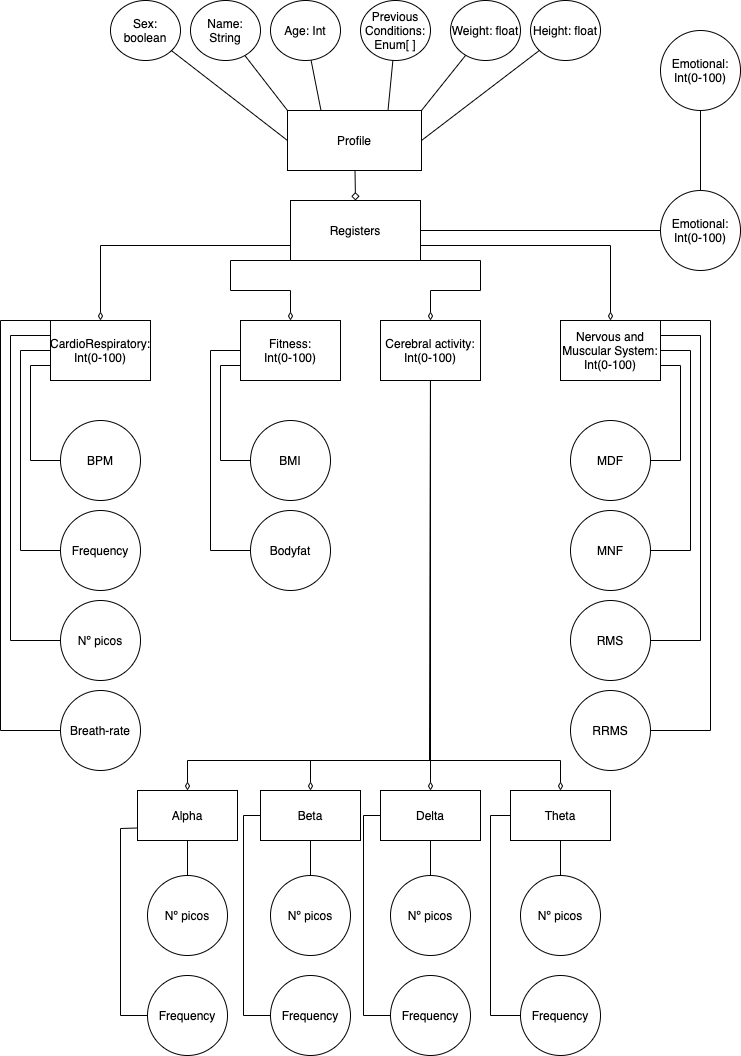
The draw.io diagram MOCS_and_more/domain.png in miquelroq/CHECKapp, before a commit. Source tidied: cells renumbered, new cells last; positions are measured from the earlier drawing's top-left corner, leaving out a move shared by most shapes. Its diagram source:
```xml
<mxGraphModel>
  <root>
    <mxCell id="0" />
    <mxCell id="1" parent="0" />
    <mxCell id="2" style="edgeStyle=none;rounded=0;jettySize=auto;html=1;entryX=0.5;entryY=0;entryDx=0;entryDy=0;endArrow=diamond;endFill=0;" parent="1" edge="1" source="3" target="21">
      <mxGeometry relative="1" as="geometry" />
    </mxCell>
    <mxCell id="3" value="Profile" style="rounded=0;whiteSpace=wrap;html=1;" parent="1" vertex="1">
      <mxGeometry x="287" y="110" width="134" height="60" as="geometry" />
    </mxCell>
    <mxCell id="4" style="edgeStyle=none;rounded=0;jettySize=auto;html=1;entryX=0;entryY=0;entryDx=0;entryDy=0;endArrow=none;endFill=0;" parent="1" edge="1" source="5" target="3">
      <mxGeometry relative="1" as="geometry" />
    </mxCell>
    <mxCell id="5" value="Name: String" style="ellipse;whiteSpace=wrap;html=1;" parent="1" vertex="1">
      <mxGeometry x="190" width="70" height="60" as="geometry" />
    </mxCell>
    <mxCell id="6" style="edgeStyle=none;rounded=0;jettySize=auto;html=1;entryX=0.25;entryY=0;entryDx=0;entryDy=0;endArrow=none;endFill=0;" parent="1" edge="1" source="7" target="3">
      <mxGeometry relative="1" as="geometry" />
    </mxCell>
    <mxCell id="7" value="Age: Int" style="ellipse;whiteSpace=wrap;html=1;" parent="1" vertex="1">
      <mxGeometry x="270" width="70" height="60" as="geometry" />
    </mxCell>
    <mxCell id="8" style="edgeStyle=none;rounded=0;jettySize=auto;html=1;entryX=1;entryY=0;entryDx=0;entryDy=0;endArrow=none;endFill=0;" parent="1" edge="1" source="9" target="3">
      <mxGeometry relative="1" as="geometry" />
    </mxCell>
    <mxCell id="9" value="Weight: float" style="ellipse;whiteSpace=wrap;html=1;" parent="1" vertex="1">
      <mxGeometry x="450" width="70" height="60" as="geometry" />
    </mxCell>
    <mxCell id="10" style="edgeStyle=none;rounded=0;jettySize=auto;html=1;entryX=1;entryY=0.5;entryDx=0;entryDy=0;endArrow=none;endFill=0;" parent="1" edge="1" source="11" target="3">
      <mxGeometry relative="1" as="geometry" />
    </mxCell>
    <mxCell id="11" value="Height: float" style="ellipse;whiteSpace=wrap;html=1;" parent="1" vertex="1">
      <mxGeometry x="530" width="70" height="60" as="geometry" />
    </mxCell>
    <mxCell id="12" style="edgeStyle=none;rounded=0;jettySize=auto;html=1;entryX=0;entryY=0.5;entryDx=0;entryDy=0;endArrow=none;endFill=0;" parent="1" edge="1" source="13" target="3">
      <mxGeometry relative="1" as="geometry" />
    </mxCell>
    <mxCell id="13" value="Sex: boolean" style="ellipse;whiteSpace=wrap;html=1;" parent="1" vertex="1">
      <mxGeometry x="110" width="70" height="60" as="geometry" />
    </mxCell>
    <mxCell id="14" style="edgeStyle=none;rounded=0;jettySize=auto;html=1;entryX=0.75;entryY=0;entryDx=0;entryDy=0;endArrow=none;endFill=0;" parent="1" edge="1" source="15" target="3">
      <mxGeometry relative="1" as="geometry" />
    </mxCell>
    <mxCell id="15" value="Previous Conditions:&lt;br&gt;Enum[ ]" style="ellipse;whiteSpace=wrap;html=1;" parent="1" vertex="1">
      <mxGeometry x="360" width="70" height="60" as="geometry" />
    </mxCell>
    <mxCell id="16" style="edgeStyle=none;rounded=0;jettySize=auto;html=1;entryX=0.5;entryY=0;entryDx=0;entryDy=0;endArrow=diamondThin;endFill=0;exitX=0;exitY=0.75;exitDx=0;exitDy=0;" parent="1" edge="1" source="21" target="26">
      <mxGeometry relative="1" as="geometry">
        <Array as="points">
          <mxPoint x="100" y="245" />
        </Array>
      </mxGeometry>
    </mxCell>
    <mxCell id="17" style="edgeStyle=none;rounded=0;jettySize=auto;html=1;entryX=0;entryY=0.5;entryDx=0;entryDy=0;endArrow=none;endFill=0;exitX=1;exitY=0.5;exitDx=0;exitDy=0;exitPerimeter=0;" parent="1" edge="1" source="21" target="46">
      <mxGeometry relative="1" as="geometry" />
    </mxCell>
    <mxCell id="18" style="edgeStyle=none;rounded=0;jettySize=auto;html=1;entryX=0.5;entryY=0;entryDx=0;entryDy=0;endArrow=diamondThin;endFill=0;exitX=1;exitY=1;exitDx=0;exitDy=0;" parent="1" edge="1" source="21" target="31">
      <mxGeometry relative="1" as="geometry">
        <Array as="points">
          <mxPoint x="480" y="260" />
          <mxPoint x="480" y="290" />
          <mxPoint x="430" y="290" />
        </Array>
      </mxGeometry>
    </mxCell>
    <mxCell id="19" style="edgeStyle=none;rounded=0;jettySize=auto;html=1;entryX=0.5;entryY=0;entryDx=0;entryDy=0;endArrow=diamondThin;endFill=0;exitX=1;exitY=0.75;exitDx=0;exitDy=0;" parent="1" edge="1" source="21" target="36">
      <mxGeometry relative="1" as="geometry">
        <Array as="points">
          <mxPoint x="610" y="245" />
        </Array>
      </mxGeometry>
    </mxCell>
    <mxCell id="20" style="edgeStyle=none;rounded=0;jettySize=auto;html=1;entryX=0.5;entryY=0;entryDx=0;entryDy=0;endArrow=diamondThin;endFill=0;exitX=0.25;exitY=1;exitDx=0;exitDy=0;" parent="1" edge="1" source="21" target="39">
      <mxGeometry relative="1" as="geometry">
        <Array as="points">
          <mxPoint x="230" y="260" />
          <mxPoint x="230" y="290" />
          <mxPoint x="290" y="290" />
        </Array>
      </mxGeometry>
    </mxCell>
    <mxCell id="21" value="Registers" style="rounded=0;whiteSpace=wrap;html=1;" parent="1" vertex="1">
      <mxGeometry x="290" y="200" width="130" height="60" as="geometry" />
    </mxCell>
    <mxCell id="22" style="edgeStyle=none;rounded=0;jettySize=auto;html=1;entryX=0;entryY=0.5;entryDx=0;entryDy=0;endArrow=none;endFill=0;exitX=0;exitY=0;exitDx=0;exitDy=0;" parent="1" edge="1" source="26" target="48">
      <mxGeometry relative="1" as="geometry">
        <Array as="points">
          <mxPoint y="320" />
          <mxPoint y="730" />
        </Array>
      </mxGeometry>
    </mxCell>
    <mxCell id="23" style="edgeStyle=none;rounded=0;jettySize=auto;html=1;entryX=0;entryY=0.5;entryDx=0;entryDy=0;endArrow=none;endFill=0;exitX=0;exitY=0.25;exitDx=0;exitDy=0;" parent="1" edge="1" source="26" target="44">
      <mxGeometry relative="1" as="geometry">
        <Array as="points">
          <mxPoint x="10" y="335" />
          <mxPoint x="10" y="640" />
        </Array>
      </mxGeometry>
    </mxCell>
    <mxCell id="24" style="edgeStyle=none;rounded=0;jettySize=auto;html=1;endArrow=none;endFill=0;exitX=0;exitY=0.5;exitDx=0;exitDy=0;entryX=0;entryY=0.5;entryDx=0;entryDy=0;" parent="1" edge="1" source="26" target="43">
      <mxGeometry relative="1" as="geometry">
        <Array as="points">
          <mxPoint x="20" y="350" />
          <mxPoint x="20" y="550" />
        </Array>
      </mxGeometry>
    </mxCell>
    <mxCell id="25" style="edgeStyle=none;rounded=0;jettySize=auto;html=1;entryX=0;entryY=0.5;entryDx=0;entryDy=0;endArrow=none;endFill=0;exitX=0;exitY=0.75;exitDx=0;exitDy=0;" parent="1" edge="1" source="26" target="42">
      <mxGeometry relative="1" as="geometry">
        <Array as="points">
          <mxPoint x="30" y="365" />
          <mxPoint x="30" y="460" />
        </Array>
      </mxGeometry>
    </mxCell>
    <mxCell id="26" value="CardioRespiratory:&lt;br&gt;Int(0-100)" style="rounded=0;whiteSpace=wrap;html=1;" parent="1" vertex="1">
      <mxGeometry x="50" y="320" width="100" height="60" as="geometry" />
    </mxCell>
    <mxCell id="27" style="edgeStyle=none;rounded=0;jettySize=auto;html=1;entryX=0.5;entryY=0;entryDx=0;entryDy=0;endArrow=diamondThin;endFill=0;" parent="1" edge="1" source="31" target="57">
      <mxGeometry relative="1" as="geometry">
        <Array as="points">
          <mxPoint x="429" y="760" />
          <mxPoint x="310" y="760" />
        </Array>
      </mxGeometry>
    </mxCell>
    <mxCell id="28" style="edgeStyle=none;rounded=0;jettySize=auto;html=1;entryX=0.5;entryY=0;entryDx=0;entryDy=0;endArrow=diamondThin;endFill=0;exitX=0.5;exitY=1;exitDx=0;exitDy=0;" parent="1" edge="1" source="31" target="59">
      <mxGeometry relative="1" as="geometry">
        <Array as="points">
          <mxPoint x="430" y="650" />
        </Array>
      </mxGeometry>
    </mxCell>
    <mxCell id="29" style="edgeStyle=none;rounded=0;jettySize=auto;html=1;entryX=0.5;entryY=0;entryDx=0;entryDy=0;endArrow=diamondThin;endFill=0;exitX=0.5;exitY=1;exitDx=0;exitDy=0;startArrow=none;startFill=0;" parent="1" edge="1" source="31" target="58">
      <mxGeometry relative="1" as="geometry">
        <Array as="points">
          <mxPoint x="430" y="650" />
          <mxPoint x="430" y="760" />
          <mxPoint x="560" y="760" />
        </Array>
      </mxGeometry>
    </mxCell>
    <mxCell id="30" style="edgeStyle=none;rounded=0;jettySize=auto;html=1;endArrow=diamondThin;endFill=0;" parent="1" edge="1" source="31" target="55">
      <mxGeometry relative="1" as="geometry">
        <Array as="points">
          <mxPoint x="430" y="760" />
          <mxPoint x="187" y="760" />
        </Array>
      </mxGeometry>
    </mxCell>
    <mxCell id="31" value="Cerebral activity:&lt;br&gt;Int(0-100)" style="rounded=0;whiteSpace=wrap;html=1;" parent="1" vertex="1">
      <mxGeometry x="380" y="320" width="100" height="60" as="geometry" />
    </mxCell>
    <mxCell id="32" style="edgeStyle=none;rounded=0;jettySize=auto;html=1;entryX=1;entryY=0.5;entryDx=0;entryDy=0;startArrow=none;startFill=0;endArrow=none;endFill=0;strokeWidth=1;exitX=1;exitY=0.75;exitDx=0;exitDy=0;" parent="1" edge="1" source="36" target="72">
      <mxGeometry relative="1" as="geometry">
        <Array as="points">
          <mxPoint x="680" y="365" />
          <mxPoint x="680" y="460" />
        </Array>
      </mxGeometry>
    </mxCell>
    <mxCell id="33" style="edgeStyle=none;rounded=0;jettySize=auto;html=1;entryX=0;entryY=0.5;entryDx=0;entryDy=0;startArrow=none;startFill=0;endArrow=none;endFill=0;strokeWidth=1;" parent="1" edge="1" source="36" target="73">
      <mxGeometry relative="1" as="geometry">
        <Array as="points">
          <mxPoint x="690" y="350" />
          <mxPoint x="690" y="550" />
        </Array>
      </mxGeometry>
    </mxCell>
    <mxCell id="34" style="edgeStyle=none;rounded=0;jettySize=auto;html=1;entryX=1;entryY=0.5;entryDx=0;entryDy=0;startArrow=none;startFill=0;endArrow=none;endFill=0;strokeWidth=1;exitX=1;exitY=0.25;exitDx=0;exitDy=0;" parent="1" edge="1" source="36" target="74">
      <mxGeometry relative="1" as="geometry">
        <Array as="points">
          <mxPoint x="700" y="335" />
          <mxPoint x="700" y="640" />
        </Array>
      </mxGeometry>
    </mxCell>
    <mxCell id="35" style="edgeStyle=none;rounded=0;jettySize=auto;html=1;exitX=1;exitY=0;exitDx=0;exitDy=0;entryX=1;entryY=0.5;entryDx=0;entryDy=0;startArrow=none;startFill=0;endArrow=none;endFill=0;strokeWidth=1;" parent="1" edge="1" source="36" target="75">
      <mxGeometry relative="1" as="geometry">
        <Array as="points">
          <mxPoint x="710" y="320" />
          <mxPoint x="710" y="730" />
        </Array>
      </mxGeometry>
    </mxCell>
    <mxCell id="36" value="Nervous and Muscular System:&lt;br&gt;Int(0-100)" style="rounded=0;whiteSpace=wrap;html=1;" parent="1" vertex="1">
      <mxGeometry x="560" y="320" width="100" height="60" as="geometry" />
    </mxCell>
    <mxCell id="37" style="edgeStyle=none;rounded=0;jettySize=auto;html=1;entryX=0;entryY=0.5;entryDx=0;entryDy=0;endArrow=none;endFill=0;exitX=0;exitY=0.75;exitDx=0;exitDy=0;" parent="1" edge="1" source="39" target="49">
      <mxGeometry relative="1" as="geometry">
        <Array as="points">
          <mxPoint x="220" y="365" />
          <mxPoint x="220" y="460" />
        </Array>
      </mxGeometry>
    </mxCell>
    <mxCell id="38" style="edgeStyle=none;rounded=0;jettySize=auto;html=1;entryX=0;entryY=0.5;entryDx=0;entryDy=0;endArrow=none;endFill=0;" parent="1" edge="1" source="39" target="50">
      <mxGeometry relative="1" as="geometry">
        <Array as="points">
          <mxPoint x="210" y="350" />
          <mxPoint x="210" y="550" />
        </Array>
      </mxGeometry>
    </mxCell>
    <mxCell id="39" value="Fitness:&lt;br&gt;Int(0-100)" style="rounded=0;whiteSpace=wrap;html=1;" parent="1" vertex="1">
      <mxGeometry x="240" y="320" width="100" height="60" as="geometry" />
    </mxCell>
    <mxCell id="40" style="edgeStyle=none;rounded=0;orthogonalLoop=1;jettySize=auto;html=1;exitX=1;exitY=0.5;exitDx=0;exitDy=0;endArrow=none;endFill=0;" parent="1" edge="1" source="39" target="39">
      <mxGeometry relative="1" as="geometry" />
    </mxCell>
    <mxCell id="41" style="edgeStyle=none;rounded=0;orthogonalLoop=1;jettySize=auto;html=1;exitX=0;exitY=0.5;exitDx=0;exitDy=0;endArrow=none;endFill=0;" parent="1" edge="1">
      <mxGeometry relative="1" as="geometry">
        <mxPoint x="130" y="350" as="sourcePoint" />
        <mxPoint x="130" y="350" as="targetPoint" />
      </mxGeometry>
    </mxCell>
    <mxCell id="42" value="BPM" style="ellipse;whiteSpace=wrap;html=1;" parent="1" vertex="1">
      <mxGeometry x="60" y="420" width="80" height="80" as="geometry" />
    </mxCell>
    <mxCell id="43" value="Frequency" style="ellipse;whiteSpace=wrap;html=1;" parent="1" vertex="1">
      <mxGeometry x="60" y="510" width="80" height="80" as="geometry" />
    </mxCell>
    <mxCell id="44" value="Nº picos" style="ellipse;whiteSpace=wrap;html=1;" parent="1" vertex="1">
      <mxGeometry x="60" y="600" width="80" height="80" as="geometry" />
    </mxCell>
    <mxCell id="45" style="edgeStyle=none;rounded=0;jettySize=auto;html=1;startArrow=none;startFill=0;endArrow=none;endFill=0;strokeWidth=1;" parent="1" edge="1" source="46" target="47">
      <mxGeometry relative="1" as="geometry" />
    </mxCell>
    <mxCell id="46" value="Emotional: Int(0-100)" style="ellipse;whiteSpace=wrap;html=1;" parent="1" vertex="1">
      <mxGeometry x="660" y="190" width="80" height="80" as="geometry" />
    </mxCell>
    <mxCell id="47" value="Emotional: Int(0-100)" style="ellipse;whiteSpace=wrap;html=1;" parent="1" vertex="1">
      <mxGeometry x="660" y="30" width="80" height="80" as="geometry" />
    </mxCell>
    <mxCell id="48" value="Breath-rate" style="ellipse;whiteSpace=wrap;html=1;" parent="1" vertex="1">
      <mxGeometry x="60" y="690" width="80" height="80" as="geometry" />
    </mxCell>
    <mxCell id="49" value="BMI" style="ellipse;whiteSpace=wrap;html=1;" parent="1" vertex="1">
      <mxGeometry x="250" y="420" width="80" height="80" as="geometry" />
    </mxCell>
    <mxCell id="50" value="Bodyfat" style="ellipse;whiteSpace=wrap;html=1;" parent="1" vertex="1">
      <mxGeometry x="250" y="510" width="80" height="80" as="geometry" />
    </mxCell>
    <mxCell id="51" style="edgeStyle=none;rounded=0;orthogonalLoop=1;jettySize=auto;html=1;exitX=0;exitY=0.5;exitDx=0;exitDy=0;entryX=0;entryY=0.25;entryDx=0;entryDy=0;endArrow=none;endFill=0;" parent="1" edge="1" source="26" target="26">
      <mxGeometry relative="1" as="geometry" />
    </mxCell>
    <mxCell id="52" value="Frequency" style="ellipse;whiteSpace=wrap;html=1;" parent="1" vertex="1">
      <mxGeometry x="147" y="975" width="80" height="80" as="geometry" />
    </mxCell>
    <mxCell id="53" style="edgeStyle=none;rounded=0;jettySize=auto;html=1;entryX=0;entryY=0.5;entryDx=0;entryDy=0;endArrow=none;endFill=0;exitX=0;exitY=0.75;exitDx=0;exitDy=0;" parent="1" edge="1" source="55" target="52">
      <mxGeometry relative="1" as="geometry">
        <Array as="points">
          <mxPoint x="120" y="828" />
          <mxPoint x="120" y="1015" />
        </Array>
      </mxGeometry>
    </mxCell>
    <mxCell id="54" style="edgeStyle=none;rounded=0;jettySize=auto;html=1;endArrow=none;endFill=0;" parent="1" edge="1" source="55" target="60">
      <mxGeometry relative="1" as="geometry" />
    </mxCell>
    <mxCell id="55" value="Alpha" style="rounded=0;whiteSpace=wrap;html=1;" parent="1" vertex="1">
      <mxGeometry x="137" y="790" width="100" height="50" as="geometry" />
    </mxCell>
    <mxCell id="56" style="edgeStyle=none;rounded=0;jettySize=auto;html=1;endArrow=none;endFill=0;" parent="1" edge="1" source="57" target="62">
      <mxGeometry relative="1" as="geometry" />
    </mxCell>
    <mxCell id="57" value="Beta" style="rounded=0;whiteSpace=wrap;html=1;" parent="1" vertex="1">
      <mxGeometry x="260" y="790" width="100" height="50" as="geometry" />
    </mxCell>
    <mxCell id="58" value="Theta" style="rounded=0;whiteSpace=wrap;html=1;" parent="1" vertex="1">
      <mxGeometry x="510" y="790" width="100" height="50" as="geometry" />
    </mxCell>
    <mxCell id="59" value="Delta" style="rounded=0;whiteSpace=wrap;html=1;" parent="1" vertex="1">
      <mxGeometry x="380" y="790" width="100" height="50" as="geometry" />
    </mxCell>
    <mxCell id="60" value="Nº picos" style="ellipse;whiteSpace=wrap;html=1;" parent="1" vertex="1">
      <mxGeometry x="147" y="875" width="80" height="80" as="geometry" />
    </mxCell>
    <mxCell id="61" value="Frequency" style="ellipse;whiteSpace=wrap;html=1;" parent="1" vertex="1">
      <mxGeometry x="270" y="975" width="80" height="80" as="geometry" />
    </mxCell>
    <mxCell id="62" value="Nº picos" style="ellipse;whiteSpace=wrap;html=1;" parent="1" vertex="1">
      <mxGeometry x="270" y="875" width="80" height="80" as="geometry" />
    </mxCell>
    <mxCell id="63" style="edgeStyle=none;rounded=0;jettySize=auto;html=1;entryX=0;entryY=0.5;entryDx=0;entryDy=0;endArrow=none;endFill=0;exitX=0;exitY=0.5;exitDx=0;exitDy=0;" parent="1" edge="1" source="57" target="61">
      <mxGeometry relative="1" as="geometry">
        <Array as="points">
          <mxPoint x="243" y="815" />
          <mxPoint x="243" y="1015" />
        </Array>
      </mxGeometry>
    </mxCell>
    <mxCell id="64" style="edgeStyle=none;rounded=0;jettySize=auto;html=1;endArrow=none;endFill=0;exitX=0.5;exitY=1;exitDx=0;exitDy=0;" parent="1" edge="1" source="59" target="66">
      <mxGeometry relative="1" as="geometry" />
    </mxCell>
    <mxCell id="65" value="Frequency" style="ellipse;whiteSpace=wrap;html=1;" parent="1" vertex="1">
      <mxGeometry x="390" y="975" width="80" height="80" as="geometry" />
    </mxCell>
    <mxCell id="66" value="Nº picos" style="ellipse;whiteSpace=wrap;html=1;" parent="1" vertex="1">
      <mxGeometry x="390" y="875" width="80" height="80" as="geometry" />
    </mxCell>
    <mxCell id="67" style="edgeStyle=none;rounded=0;jettySize=auto;html=1;entryX=0;entryY=0.5;entryDx=0;entryDy=0;endArrow=none;endFill=0;exitX=0;exitY=0.5;exitDx=0;exitDy=0;" parent="1" edge="1" source="59" target="65">
      <mxGeometry relative="1" as="geometry">
        <Array as="points">
          <mxPoint x="363" y="815" />
          <mxPoint x="363" y="1015" />
        </Array>
      </mxGeometry>
    </mxCell>
    <mxCell id="68" style="edgeStyle=none;rounded=0;jettySize=auto;html=1;endArrow=none;endFill=0;exitX=0.5;exitY=1;exitDx=0;exitDy=0;" parent="1" edge="1" source="58" target="70">
      <mxGeometry relative="1" as="geometry" />
    </mxCell>
    <mxCell id="69" value="Frequency" style="ellipse;whiteSpace=wrap;html=1;" parent="1" vertex="1">
      <mxGeometry x="520" y="975" width="80" height="80" as="geometry" />
    </mxCell>
    <mxCell id="70" value="Nº picos" style="ellipse;whiteSpace=wrap;html=1;" parent="1" vertex="1">
      <mxGeometry x="520" y="875" width="80" height="80" as="geometry" />
    </mxCell>
    <mxCell id="71" style="edgeStyle=none;rounded=0;jettySize=auto;html=1;entryX=0;entryY=0.5;entryDx=0;entryDy=0;endArrow=none;endFill=0;exitX=0;exitY=0.5;exitDx=0;exitDy=0;" parent="1" edge="1" source="58" target="69">
      <mxGeometry relative="1" as="geometry">
        <Array as="points">
          <mxPoint x="490" y="815" />
          <mxPoint x="490" y="1015" />
        </Array>
      </mxGeometry>
    </mxCell>
    <mxCell id="72" value="MDF" style="ellipse;whiteSpace=wrap;html=1;" parent="1" vertex="1">
      <mxGeometry x="570" y="420" width="80" height="80" as="geometry" />
    </mxCell>
    <mxCell id="73" value="MNF" style="ellipse;whiteSpace=wrap;html=1;" parent="1" vertex="1">
      <mxGeometry x="570" y="510" width="80" height="80" as="geometry" />
    </mxCell>
    <mxCell id="74" value="RMS" style="ellipse;whiteSpace=wrap;html=1;" parent="1" vertex="1">
      <mxGeometry x="570" y="600" width="80" height="80" as="geometry" />
    </mxCell>
    <mxCell id="75" value="RRMS" style="ellipse;whiteSpace=wrap;html=1;" parent="1" vertex="1">
      <mxGeometry x="570" y="690" width="80" height="80" as="geometry" />
    </mxCell>
  </root>
</mxGraphModel>
```
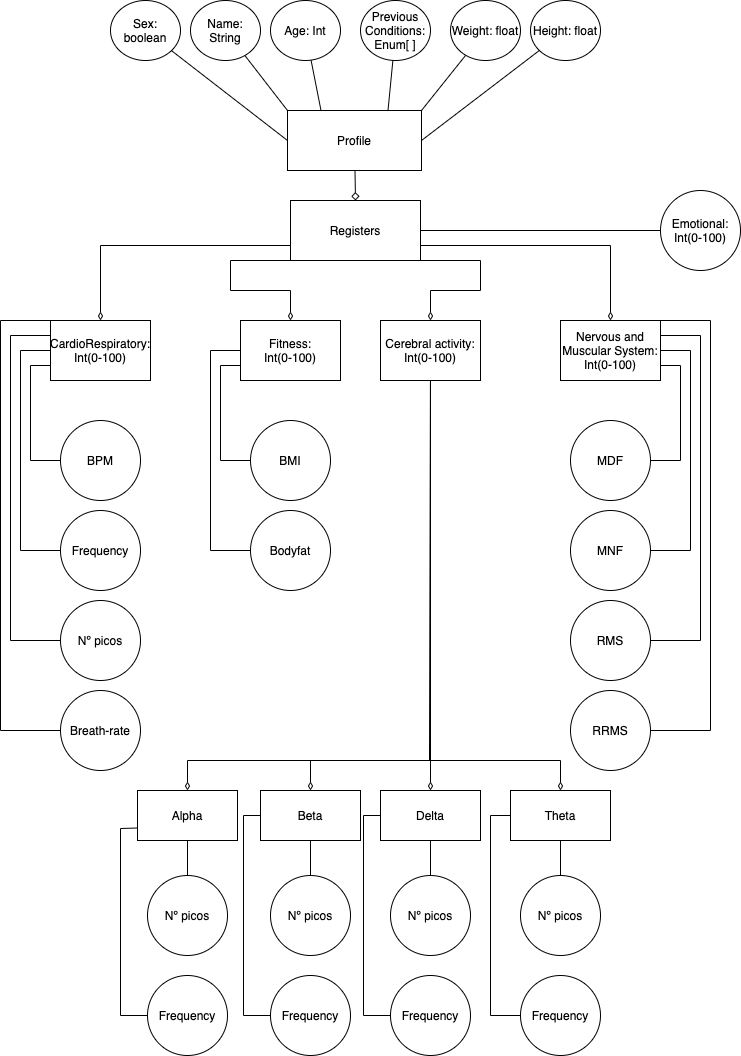
Above is the later version.

Change to the diagram source:
```diff
@@ -224,15 +224,9 @@
     <mxCell id="44" value="Nº picos" style="ellipse;whiteSpace=wrap;html=1;" parent="1" vertex="1">
       <mxGeometry x="60" y="600" width="80" height="80" as="geometry" />
     </mxCell>
-    <mxCell id="45" style="edgeStyle=none;rounded=0;jettySize=auto;html=1;startArrow=none;startFill=0;endArrow=none;endFill=0;strokeWidth=1;" parent="1" edge="1" source="46" target="47">
-      <mxGeometry relative="1" as="geometry" />
-    </mxCell>
     <mxCell id="46" value="Emotional: Int(0-100)" style="ellipse;whiteSpace=wrap;html=1;" parent="1" vertex="1">
       <mxGeometry x="660" y="190" width="80" height="80" as="geometry" />
     </mxCell>
-    <mxCell id="47" value="Emotional: Int(0-100)" style="ellipse;whiteSpace=wrap;html=1;" parent="1" vertex="1">
-      <mxGeometry x="660" y="30" width="80" height="80" as="geometry" />
-    </mxCell>
     <mxCell id="48" value="Breath-rate" style="ellipse;whiteSpace=wrap;html=1;" parent="1" vertex="1">
       <mxGeometry x="60" y="690" width="80" height="80" as="geometry" />
     </mxCell>
```
